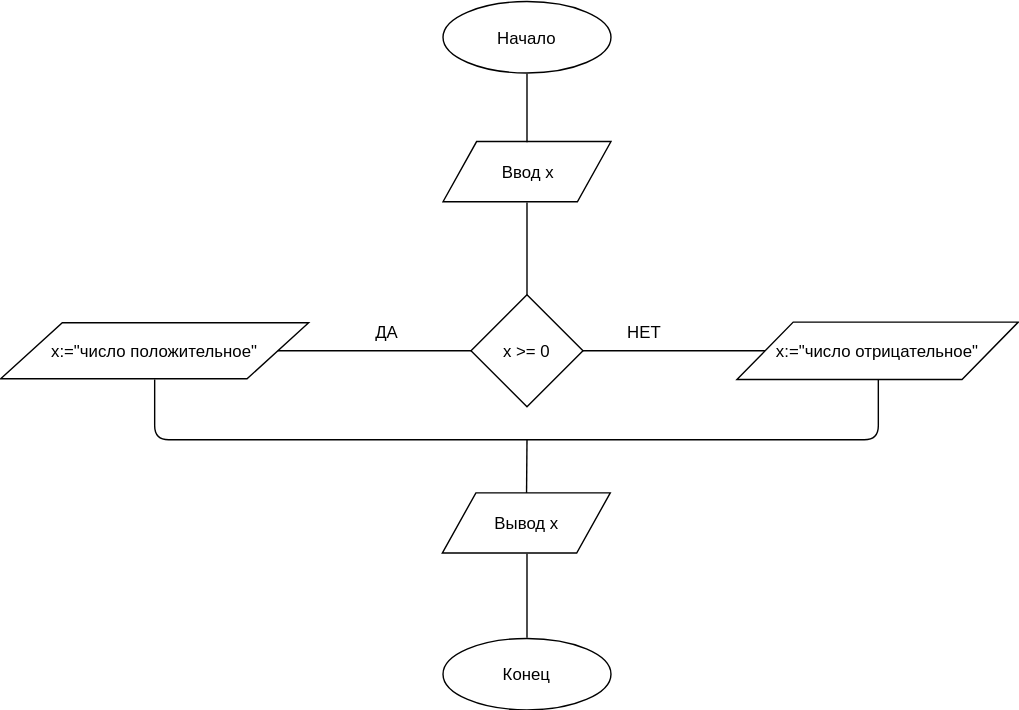
This is scheme1.svg from Di-Shat/JS-lesson-01, a draw.io export, as it was before one commit. Source tidied: cells renumbered, new cells last; positions are measured from the earlier drawing's top-left corner, leaving out a move shared by most shapes. The source it was exported from:
```xml
<mxGraphModel>
  <root>
    <mxCell id="0" />
    <mxCell id="1" parent="0" />
    <mxCell id="2" value="Ввод x" style="shape=parallelogram;perimeter=parallelogramPerimeter;whiteSpace=wrap;html=1;" parent="1" vertex="1">
      <mxGeometry x="316" y="99.5" width="120" height="43" as="geometry" />
    </mxCell>
    <mxCell id="3" value="Начало" style="ellipse;whiteSpace=wrap;html=1;" parent="1" vertex="1">
      <mxGeometry x="316" y="-0.5" width="120" height="51" as="geometry" />
    </mxCell>
    <mxCell id="4" style="endArrow=none;html=1;entryX=0.5;entryY=1;entryDx=0;entryDy=0;exitX=0.5;exitY=0;exitDx=0;exitDy=0;" parent="1" edge="1" source="2" target="3">
      <mxGeometry relative="1" as="geometry" />
    </mxCell>
    <mxCell id="5" value="x &amp;gt;= 0" style="rhombus;whiteSpace=wrap;html=1;" parent="1" vertex="1">
      <mxGeometry x="336" y="209" width="80" height="80" as="geometry" />
    </mxCell>
    <mxCell id="6" style="endArrow=none;html=1;entryX=0.5;entryY=1;entryDx=0;entryDy=0;exitX=0.5;exitY=0;exitDx=0;exitDy=0;" parent="1" edge="1" source="5" target="2">
      <mxGeometry relative="1" as="geometry" />
    </mxCell>
    <mxCell id="7" style="endArrow=none;html=1;" parent="1" edge="1">
      <mxGeometry relative="1" as="geometry">
        <mxPoint x="376" y="312.5" as="sourcePoint" />
        <mxPoint x="627" y="264" as="targetPoint" />
        <Array as="points">
          <mxPoint x="627" y="312.5" />
        </Array>
      </mxGeometry>
    </mxCell>
    <mxCell id="8" value="x:=&quot;число положительное&quot;" style="shape=parallelogram;perimeter=parallelogramPerimeter;whiteSpace=wrap;html=1;" parent="1" vertex="1">
      <mxGeometry y="229" width="220" height="40" as="geometry" />
    </mxCell>
    <mxCell id="9" value="ДА" style="text;html=1;align=left;verticalAlign=top;spacingTop=-4;" parent="1" vertex="1">
      <mxGeometry x="265.5" y="225.5" width="30" height="20" as="geometry" />
    </mxCell>
    <mxCell id="10" value="x:=&quot;число отрицательное&quot;" style="shape=parallelogram;perimeter=parallelogramPerimeter;whiteSpace=wrap;html=1;" parent="1" vertex="1">
      <mxGeometry x="526" y="228.5" width="201" height="41" as="geometry" />
    </mxCell>
    <mxCell id="11" style="endArrow=none;html=1;entryX=1;entryY=0.5;entryDx=0;entryDy=0;exitX=0;exitY=0.5;exitDx=0;exitDy=0;" parent="1" edge="1" source="10" target="5">
      <mxGeometry relative="1" as="geometry" />
    </mxCell>
    <mxCell id="12" value="НЕТ&lt;br&gt;&lt;br&gt;" style="text;html=1;align=left;verticalAlign=top;spacingTop=-4;" parent="1" vertex="1">
      <mxGeometry x="445.5" y="225.5" width="40" height="30" as="geometry" />
    </mxCell>
    <mxCell id="13" value="Конец" style="ellipse;whiteSpace=wrap;html=1;" parent="1" vertex="1">
      <mxGeometry x="316" y="454" width="120" height="51" as="geometry" />
    </mxCell>
    <mxCell id="14" style="endArrow=none;html=1;entryX=1;entryY=0.5;entryDx=0;entryDy=0;exitX=0;exitY=0.5;exitDx=0;exitDy=0;" parent="1" edge="1" source="5" target="8">
      <mxGeometry relative="1" as="geometry" />
    </mxCell>
    <mxCell id="15" style="endArrow=none;html=1;entryX=0.5;entryY=1;entryDx=0;entryDy=0;" parent="1" edge="1" target="16">
      <mxGeometry relative="1" as="geometry">
        <mxPoint x="376" y="454" as="sourcePoint" />
      </mxGeometry>
    </mxCell>
    <mxCell id="16" value="Вывод x" style="shape=parallelogram;perimeter=parallelogramPerimeter;whiteSpace=wrap;html=1;" parent="1" vertex="1">
      <mxGeometry x="315.5" y="350.5" width="120" height="43" as="geometry" />
    </mxCell>
    <mxCell id="17" style="endArrow=none;html=1;entryX=0.384;entryY=1.025;entryDx=0;entryDy=0;entryPerimeter=0;" parent="1" edge="1">
      <mxGeometry relative="1" as="geometry">
        <mxPoint x="376" y="312.5" as="sourcePoint" />
        <mxPoint x="110" y="269.5" as="targetPoint" />
        <Array as="points">
          <mxPoint x="110" y="312.5" />
        </Array>
      </mxGeometry>
    </mxCell>
    <mxCell id="18" style="endArrow=none;html=1;" parent="1" edge="1" source="16">
      <mxGeometry relative="1" as="geometry">
        <mxPoint x="376" y="312.5" as="targetPoint" />
      </mxGeometry>
    </mxCell>
  </root>
</mxGraphModel>
```
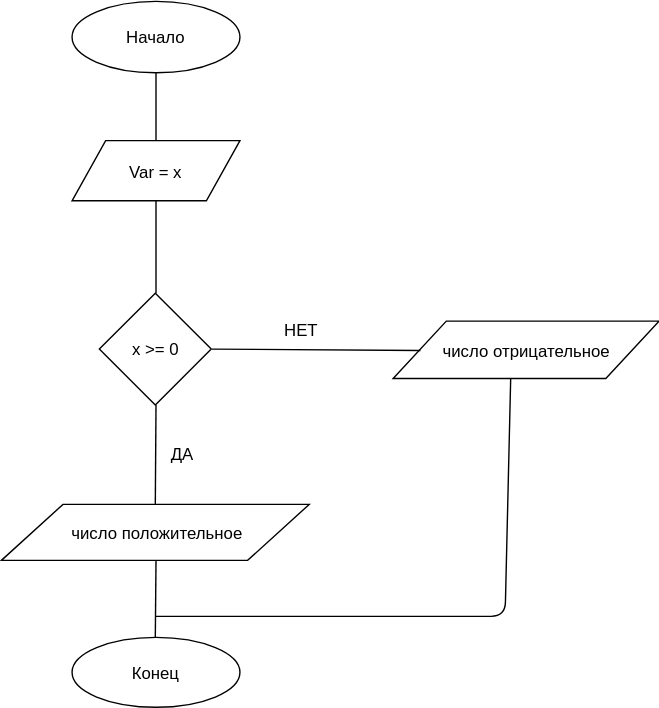
After the change.

The edit, as a diff of the source:
```diff
@@ -2,72 +2,55 @@
   <root>
     <mxCell id="0" />
     <mxCell id="1" parent="0" />
-    <mxCell id="2" value="Ввод x" style="shape=parallelogram;perimeter=parallelogramPerimeter;whiteSpace=wrap;html=1;" parent="1" vertex="1">
-      <mxGeometry x="316" y="99.5" width="120" height="43" as="geometry" />
+    <mxCell id="2" value="Var = x" style="shape=parallelogram;perimeter=parallelogramPerimeter;whiteSpace=wrap;html=1;" parent="1" vertex="1">
+      <mxGeometry x="250" y="111" width="120" height="43" as="geometry" />
     </mxCell>
     <mxCell id="3" value="Начало" style="ellipse;whiteSpace=wrap;html=1;" parent="1" vertex="1">
-      <mxGeometry x="316" y="-0.5" width="120" height="51" as="geometry" />
+      <mxGeometry x="249.5" y="11" width="120" height="51" as="geometry" />
     </mxCell>
     <mxCell id="4" style="endArrow=none;html=1;entryX=0.5;entryY=1;entryDx=0;entryDy=0;exitX=0.5;exitY=0;exitDx=0;exitDy=0;" parent="1" edge="1" source="2" target="3">
       <mxGeometry relative="1" as="geometry" />
     </mxCell>
     <mxCell id="5" value="x &amp;gt;= 0" style="rhombus;whiteSpace=wrap;html=1;" parent="1" vertex="1">
-      <mxGeometry x="336" y="209" width="80" height="80" as="geometry" />
+      <mxGeometry x="269.5" y="220" width="80" height="80" as="geometry" />
     </mxCell>
     <mxCell id="6" style="endArrow=none;html=1;entryX=0.5;entryY=1;entryDx=0;entryDy=0;exitX=0.5;exitY=0;exitDx=0;exitDy=0;" parent="1" edge="1" source="5" target="2">
       <mxGeometry relative="1" as="geometry" />
     </mxCell>
-    <mxCell id="7" style="endArrow=none;html=1;" parent="1" edge="1">
+    <mxCell id="7" style="endArrow=none;html=1;entryX=0.5;entryY=1;entryDx=0;entryDy=0;" parent="1" edge="1" target="5">
       <mxGeometry relative="1" as="geometry">
-        <mxPoint x="376" y="312.5" as="sourcePoint" />
-        <mxPoint x="627" y="264" as="targetPoint" />
-        <Array as="points">
-          <mxPoint x="627" y="312.5" />
-        </Array>
+        <mxPoint x="309.5" y="371" as="sourcePoint" />
       </mxGeometry>
     </mxCell>
-    <mxCell id="8" value="x:=&quot;число положительное&quot;" style="shape=parallelogram;perimeter=parallelogramPerimeter;whiteSpace=wrap;html=1;" parent="1" vertex="1">
-      <mxGeometry y="229" width="220" height="40" as="geometry" />
+    <mxCell id="8" value="число положительное" style="shape=parallelogram;perimeter=parallelogramPerimeter;whiteSpace=wrap;html=1;" parent="1" vertex="1">
+      <mxGeometry x="199.5" y="371" width="220" height="40" as="geometry" />
     </mxCell>
     <mxCell id="9" value="ДА" style="text;html=1;align=left;verticalAlign=top;spacingTop=-4;" parent="1" vertex="1">
-      <mxGeometry x="265.5" y="225.5" width="30" height="20" as="geometry" />
+      <mxGeometry x="319" y="325.5" width="30" height="20" as="geometry" />
     </mxCell>
-    <mxCell id="10" value="x:=&quot;число отрицательное&quot;" style="shape=parallelogram;perimeter=parallelogramPerimeter;whiteSpace=wrap;html=1;" parent="1" vertex="1">
-      <mxGeometry x="526" y="228.5" width="201" height="41" as="geometry" />
+    <mxCell id="10" value="число отрицательное" style="shape=parallelogram;perimeter=parallelogramPerimeter;whiteSpace=wrap;html=1;" parent="1" vertex="1">
+      <mxGeometry x="479.5" y="240" width="190" height="41" as="geometry" />
     </mxCell>
     <mxCell id="11" style="endArrow=none;html=1;entryX=1;entryY=0.5;entryDx=0;entryDy=0;exitX=0;exitY=0.5;exitDx=0;exitDy=0;" parent="1" edge="1" source="10" target="5">
       <mxGeometry relative="1" as="geometry" />
     </mxCell>
     <mxCell id="12" value="НЕТ&lt;br&gt;&lt;br&gt;" style="text;html=1;align=left;verticalAlign=top;spacingTop=-4;" parent="1" vertex="1">
-      <mxGeometry x="445.5" y="225.5" width="40" height="30" as="geometry" />
+      <mxGeometry x="399.5" y="237" width="40" height="30" as="geometry" />
     </mxCell>
     <mxCell id="13" value="Конец" style="ellipse;whiteSpace=wrap;html=1;" parent="1" vertex="1">
-      <mxGeometry x="316" y="454" width="120" height="51" as="geometry" />
+      <mxGeometry x="249.5" y="466" width="120" height="50" as="geometry" />
     </mxCell>
-    <mxCell id="14" style="endArrow=none;html=1;entryX=1;entryY=0.5;entryDx=0;entryDy=0;exitX=0;exitY=0.5;exitDx=0;exitDy=0;" parent="1" edge="1" source="5" target="8">
+    <mxCell id="14" style="endArrow=none;html=1;entryX=0.5;entryY=1;entryDx=0;entryDy=0;" parent="1" edge="1" source="13" target="8">
       <mxGeometry relative="1" as="geometry" />
     </mxCell>
-    <mxCell id="15" style="endArrow=none;html=1;entryX=0.5;entryY=1;entryDx=0;entryDy=0;" parent="1" edge="1" target="16">
+    <mxCell id="15" style="endArrow=none;html=1;" parent="1" edge="1">
       <mxGeometry relative="1" as="geometry">
-        <mxPoint x="376" y="454" as="sourcePoint" />
+        <mxPoint x="309.5" y="451" as="sourcePoint" />
+        <mxPoint x="563.5" y="281" as="targetPoint" />
+        <Array as="points">
+          <mxPoint x="559.5" y="451" />
+        </Array>
       </mxGeometry>
     </mxCell>
-    <mxCell id="16" value="Вывод x" style="shape=parallelogram;perimeter=parallelogramPerimeter;whiteSpace=wrap;html=1;" parent="1" vertex="1">
-      <mxGeometry x="315.5" y="350.5" width="120" height="43" as="geometry" />
-    </mxCell>
-    <mxCell id="17" style="endArrow=none;html=1;entryX=0.384;entryY=1.025;entryDx=0;entryDy=0;entryPerimeter=0;" parent="1" edge="1">
-      <mxGeometry relative="1" as="geometry">
-        <mxPoint x="376" y="312.5" as="sourcePoint" />
-        <mxPoint x="110" y="269.5" as="targetPoint" />
-        <Array as="points">
-          <mxPoint x="110" y="312.5" />
-        </Array>
-      </mxGeometry>
-    </mxCell>
-    <mxCell id="18" style="endArrow=none;html=1;" parent="1" edge="1" source="16">
-      <mxGeometry relative="1" as="geometry">
-        <mxPoint x="376" y="312.5" as="targetPoint" />
-      </mxGeometry>
-    </mxCell>
   </root>
 </mxGraphModel>
```
